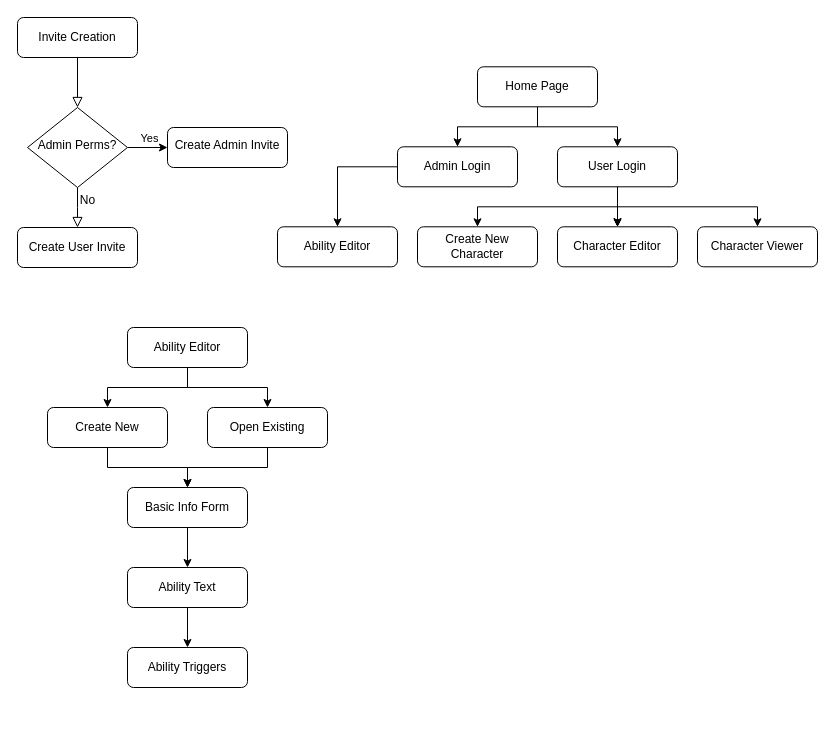
daria-mianne/TokuGameSheets keeps this draw.io diagram as TokuSheetSiteLayout.drawio. Above is the earlier version. Source tidied: cells renumbered, new cells numbered last; positions are measured from the earlier drawing's top-left corner, leaving out a move shared by most shapes. Both pictures are drawn from the tidied source at 100%, with x=0, y=0 at pixel (17, 17).
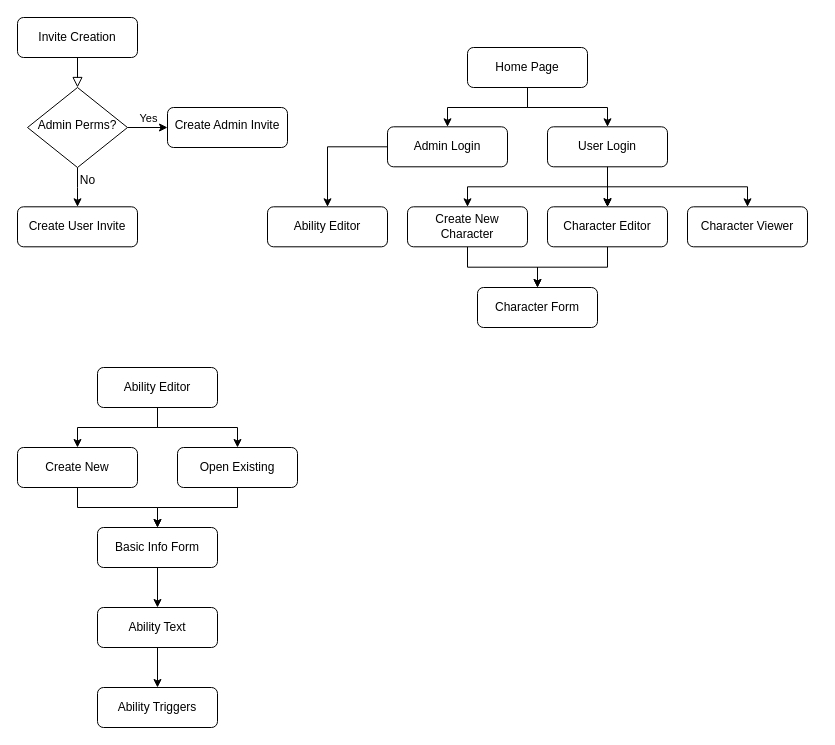
Above is the later version.

Unchanged cells that the change refers to:
```xml
<mxCell id="5" style="edgeStyle=orthogonalEdgeStyle;rounded=0;jettySize=auto;html=1;" parent="1" edge="1" source="7" target="9">
  <mxGeometry relative="1" as="geometry" />
</mxCell>
```

The edit, as a diff of the source:
```diff
@@
-    <mxCell id="4" style="rounded=0;html=1;jettySize=auto;fontSize=11;endArrow=block;endFill=0;endSize=8;strokeWidth=1;shadow=0;labelBackgroundColor=none;edgeStyle=orthogonalEdgeStyle;" parent="1" edge="1" source="7">
-      <mxGeometry y="20" relative="1" as="geometry">
-        <mxPoint x="60" y="210" as="targetPoint" />
-      </mxGeometry>
-    </mxCell>
@@
     <mxCell id="6" value="Yes" style="edgeLabel;html=1;align=center;verticalAlign=middle;" parent="5" vertex="1">
       <mxGeometry x="-0.39" y="4" relative="1" as="geometry">
-        <mxPoint x="9" y="-6" as="offset" />
+        <mxPoint x="8" y="-6" as="offset" />
       </mxGeometry>
     </mxCell>
+    <mxCell id="39" style="edgeStyle=orthogonalEdgeStyle;rounded=0;jettySize=auto;html=1;" parent="1" edge="1" source="7" target="8">
+      <mxGeometry relative="1" as="geometry" />
+    </mxCell>
     <mxCell id="7" value="Admin Perms?" style="rhombus;whiteSpace=wrap;html=1;shadow=0;fontFamily=Helvetica;fontSize=12;align=center;strokeWidth=1;spacing=6;spacingTop=-4;" parent="1" vertex="1">
-      <mxGeometry x="10" y="90" width="100" height="80" as="geometry" />
+      <mxGeometry x="10" y="70" width="100" height="80" as="geometry" />
     </mxCell>
     <mxCell id="8" value="Create User Invite" style="rounded=1;whiteSpace=wrap;html=1;fontSize=12;glass=0;strokeWidth=1;shadow=0;" parent="1" vertex="1">
-      <mxGeometry y="210" width="120" height="40" as="geometry" />
+      <mxGeometry y="189.3" width="120" height="40" as="geometry" />
     </mxCell>
     <mxCell id="9" value="Create Admin Invite" style="rounded=1;whiteSpace=wrap;html=1;shadow=0;strokeWidth=1;spacing=6;spacingTop=-4;" parent="1" vertex="1">
-      <mxGeometry x="150" y="110" width="120" height="40" as="geometry" />
+      <mxGeometry x="150" y="90" width="120" height="40" as="geometry" />
     </mxCell>
-    <mxCell id="10" value="No" style="text;html=1;align=center;verticalAlign=middle;strokeColor=none;fillColor=none;" parent="1" vertex="1">
-      <mxGeometry x="50" y="168" width="40" height="30" as="geometry" />
-    </mxCell>
@@
     <mxCell id="13" value="Home Page" style="rounded=1;whiteSpace=wrap;html=1;" parent="1" vertex="1">
-      <mxGeometry x="460" y="49.3" width="120" height="40" as="geometry" />
+      <mxGeometry x="450" y="30" width="120" height="40" as="geometry" />
     </mxCell>
     <mxCell id="14" style="edgeStyle=orthogonalEdgeStyle;rounded=0;jettySize=auto;html=1;" parent="1" edge="1" source="15" target="22">
       <mxGeometry relative="1" as="geometry">
         <Array as="points">
-          <mxPoint x="320" y="149.3" />
+          <mxPoint x="310" y="129.3" />
         </Array>
       </mxGeometry>
     </mxCell>
     <mxCell id="15" value="Admin Login" style="whiteSpace=wrap;html=1;rounded=1;" parent="1" vertex="1">
-      <mxGeometry x="380" y="129.3" width="120" height="40" as="geometry" />
+      <mxGeometry x="370" y="109.3" width="120" height="40" as="geometry" />
     </mxCell>
@@
     <mxCell id="20" style="edgeStyle=orthogonalEdgeStyle;rounded=0;jettySize=auto;html=1;" parent="1" edge="1" source="21" target="26">
       <mxGeometry relative="1" as="geometry">
         <Array as="points">
-          <mxPoint x="600" y="189.3" />
-          <mxPoint x="740" y="189.3" />
+          <mxPoint x="590" y="169.3" />
+          <mxPoint x="730" y="169.3" />
         </Array>
       </mxGeometry>
     </mxCell>
     <mxCell id="21" value="User Login" style="whiteSpace=wrap;html=1;rounded=1;" parent="1" vertex="1">
-      <mxGeometry x="540" y="129.3" width="120" height="40" as="geometry" />
+      <mxGeometry x="530" y="109.3" width="120" height="40" as="geometry" />
     </mxCell>
     <mxCell id="22" value="Ability Editor" style="whiteSpace=wrap;html=1;rounded=1;" parent="1" vertex="1">
-      <mxGeometry x="260" y="209.3" width="120" height="40" as="geometry" />
+      <mxGeometry x="250" y="189.3" width="120" height="40" as="geometry" />
     </mxCell>
@@
+    <mxCell id="40" style="edgeStyle=orthogonalEdgeStyle;rounded=0;jettySize=auto;html=1;" parent="1" edge="1" source="24" target="42">
+      <mxGeometry relative="1" as="geometry" />
+    </mxCell>
     <mxCell id="24" value="Create New Character" style="whiteSpace=wrap;html=1;rounded=1;" parent="1" vertex="1">
-      <mxGeometry x="400" y="209.3" width="120" height="40" as="geometry" />
+      <mxGeometry x="390" y="189.3" width="120" height="40" as="geometry" />
     </mxCell>
+    <mxCell id="41" style="edgeStyle=orthogonalEdgeStyle;rounded=0;jettySize=auto;html=1;" parent="1" edge="1" source="25" target="42">
+      <mxGeometry relative="1" as="geometry" />
+    </mxCell>
     <mxCell id="25" value="Character Editor" style="whiteSpace=wrap;html=1;rounded=1;" parent="1" vertex="1">
-      <mxGeometry x="540" y="209.3" width="120" height="40" as="geometry" />
+      <mxGeometry x="530" y="189.3" width="120" height="40" as="geometry" />
     </mxCell>
     <mxCell id="26" value="Character Viewer" style="whiteSpace=wrap;html=1;rounded=1;" parent="1" vertex="1">
-      <mxGeometry x="680" y="209.3" width="120" height="40" as="geometry" />
+      <mxGeometry x="670" y="189.3" width="120" height="40" as="geometry" />
     </mxCell>
@@
     <mxCell id="29" value="Ability Editor" style="whiteSpace=wrap;html=1;rounded=1;" parent="1" vertex="1">
-      <mxGeometry x="110" y="310" width="120" height="40" as="geometry" />
+      <mxGeometry x="80" y="350" width="120" height="40" as="geometry" />
     </mxCell>
@@
     <mxCell id="31" value="Create New" style="whiteSpace=wrap;html=1;rounded=1;" parent="1" vertex="1">
-      <mxGeometry x="30" y="390" width="120" height="40" as="geometry" />
+      <mxGeometry y="430" width="120" height="40" as="geometry" />
     </mxCell>
@@
     <mxCell id="33" value="Open Existing" style="whiteSpace=wrap;html=1;rounded=1;" parent="1" vertex="1">
-      <mxGeometry x="190" y="390" width="120" height="40" as="geometry" />
+      <mxGeometry x="160" y="430" width="120" height="40" as="geometry" />
     </mxCell>
@@
     <mxCell id="35" value="Basic Info Form" style="whiteSpace=wrap;html=1;rounded=1;" parent="1" vertex="1">
-      <mxGeometry x="110" y="470" width="120" height="40" as="geometry" />
+      <mxGeometry x="80" y="510" width="120" height="40" as="geometry" />
     </mxCell>
@@
     <mxCell id="37" value="Ability Text" style="whiteSpace=wrap;html=1;rounded=1;" parent="1" vertex="1">
-      <mxGeometry x="110" y="550" width="120" height="40" as="geometry" />
+      <mxGeometry x="80" y="590" width="120" height="40" as="geometry" />
     </mxCell>
     <mxCell id="38" value="Ability Triggers" style="whiteSpace=wrap;html=1;rounded=1;" parent="1" vertex="1">
-      <mxGeometry x="110" y="630" width="120" height="40" as="geometry" />
+      <mxGeometry x="80" y="670" width="120" height="40" as="geometry" />
     </mxCell>
+    <mxCell id="42" value="Character Form" style="whiteSpace=wrap;html=1;rounded=1;" parent="1" vertex="1">
+      <mxGeometry x="460" y="270" width="120" height="40" as="geometry" />
+    </mxCell>
+    <mxCell id="10" value="No" style="text;html=1;align=center;verticalAlign=middle;strokeColor=none;fillColor=none;" parent="1" vertex="1">
+      <mxGeometry x="50" y="148" width="40" height="30" as="geometry" />
+    </mxCell>
```
